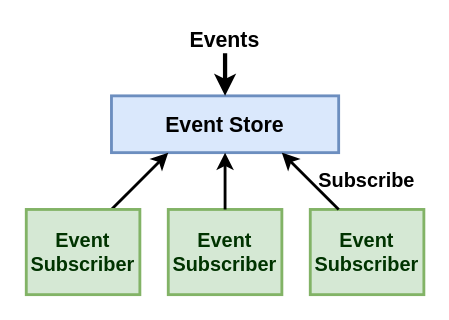
Before: diagrams/draw_io/event_sourcing_small.drawio in wuyichen24/system-design-knowledge, a draw.io diagram. Source tidied: cells renumbered, new cells numbered last; positions are measured from the earlier drawing's top-left corner, leaving out a move shared by most shapes. Both pictures are drawn from the tidied source at 142%, with x=0, y=0 at pixel (26, 24).
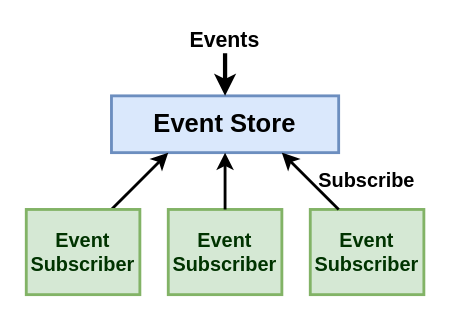
After the change.

Commit message (it also covers changes not shown here):
update the event sourcing diagram

Diff of the diagram source:
```diff
@@
 <mxGraphModel>
   <root>
     <mxCell id="0" />
     <mxCell id="1" parent="0" />
-    <mxCell id="2" value="&lt;font style=&quot;font-size: 15px&quot;&gt;&lt;b&gt;Event Store&lt;/b&gt;&lt;/font&gt;" style="rounded=0;whiteSpace=wrap;html=1;strokeWidth=2;fillColor=#dae8fc;strokeColor=#6c8ebf;" parent="1" vertex="1">
+    <mxCell id="2" value="&lt;font size=&quot;1&quot;&gt;&lt;b style=&quot;font-size: 18px&quot;&gt;Event Store&lt;/b&gt;&lt;/font&gt;" style="rounded=0;whiteSpace=wrap;html=1;strokeWidth=2;fillColor=#dae8fc;strokeColor=#6c8ebf;" parent="1" vertex="1">
       <mxGeometry x="60" y="50" width="160" height="40" as="geometry" />
     </mxCell>
     <mxCell id="3" style="endArrow=classic;html=1;strokeWidth=3;entryX=0.5;entryY=0;entryDx=0;entryDy=0;" parent="1" edge="1" target="2">
       <mxGeometry relative="1" as="geometry">
         <mxPoint x="140" y="20" as="sourcePoint" />
       </mxGeometry>
     </mxCell>
     <mxCell id="4" value="&lt;font style=&quot;font-size: 15px&quot;&gt;&lt;b&gt;Events&lt;/b&gt;&lt;/font&gt;" style="text;html=1;strokeColor=none;fillColor=none;align=center;verticalAlign=middle;whiteSpace=wrap;rounded=0;" parent="1" vertex="1">
       <mxGeometry x="115" width="50" height="20" as="geometry" />
     </mxCell>
     <mxCell id="5" style="endArrow=classic;html=1;strokeWidth=2;exitX=0.75;exitY=0;exitDx=0;exitDy=0;entryX=0.25;entryY=1;entryDx=0;entryDy=0;" parent="1" edge="1" source="6" target="2">
       <mxGeometry relative="1" as="geometry" />
     </mxCell>
     <mxCell id="6" value="&lt;font style=&quot;font-size: 14px&quot;&gt;&lt;b&gt;&lt;font color=&quot;#003300&quot;&gt;Event&lt;br&gt;Subscriber&lt;/font&gt;&lt;br&gt;&lt;/b&gt;&lt;/font&gt;" style="rounded=0;whiteSpace=wrap;html=1;strokeWidth=2;fillColor=#d5e8d4;strokeColor=#82b366;" parent="1" vertex="1">
       <mxGeometry y="130" width="80" height="60" as="geometry" />
     </mxCell>
     <mxCell id="7" value="&lt;font style=&quot;font-size: 14px&quot;&gt;&lt;b&gt;&lt;font color=&quot;#003300&quot;&gt;Event&lt;br&gt;Subscriber&lt;/font&gt;&lt;br&gt;&lt;/b&gt;&lt;/font&gt;" style="rounded=0;whiteSpace=wrap;html=1;strokeWidth=2;fillColor=#d5e8d4;strokeColor=#82b366;" parent="1" vertex="1">
       <mxGeometry x="100" y="130" width="80" height="60" as="geometry" />
     </mxCell>
     <mxCell id="8" value="&lt;font style=&quot;font-size: 14px&quot;&gt;&lt;b&gt;&lt;font color=&quot;#003300&quot;&gt;Event&lt;br&gt;Subscriber&lt;/font&gt;&lt;br&gt;&lt;/b&gt;&lt;/font&gt;" style="rounded=0;whiteSpace=wrap;html=1;strokeWidth=2;fillColor=#d5e8d4;strokeColor=#82b366;" parent="1" vertex="1">
       <mxGeometry x="200" y="130" width="80" height="60" as="geometry" />
     </mxCell>
     <mxCell id="9" style="endArrow=classic;html=1;strokeWidth=2;exitX=0.5;exitY=0;exitDx=0;exitDy=0;entryX=0.5;entryY=1;entryDx=0;entryDy=0;" parent="1" edge="1" source="7" target="2">
       <mxGeometry relative="1" as="geometry" />
     </mxCell>
     <mxCell id="10" style="endArrow=classic;html=1;strokeWidth=2;exitX=0.25;exitY=0;exitDx=0;exitDy=0;entryX=0.75;entryY=1;entryDx=0;entryDy=0;" parent="1" edge="1" source="8" target="2">
       <mxGeometry relative="1" as="geometry" />
     </mxCell>
     <mxCell id="11" value="&lt;b&gt;&lt;font style=&quot;font-size: 14px&quot;&gt;Subscribe&lt;/font&gt;&lt;/b&gt;" style="text;html=1;strokeColor=none;fillColor=none;align=center;verticalAlign=middle;whiteSpace=wrap;rounded=0;" parent="1" vertex="1">
       <mxGeometry x="205" y="100" width="70" height="20" as="geometry" />
     </mxCell>
   </root>
 </mxGraphModel>
```
